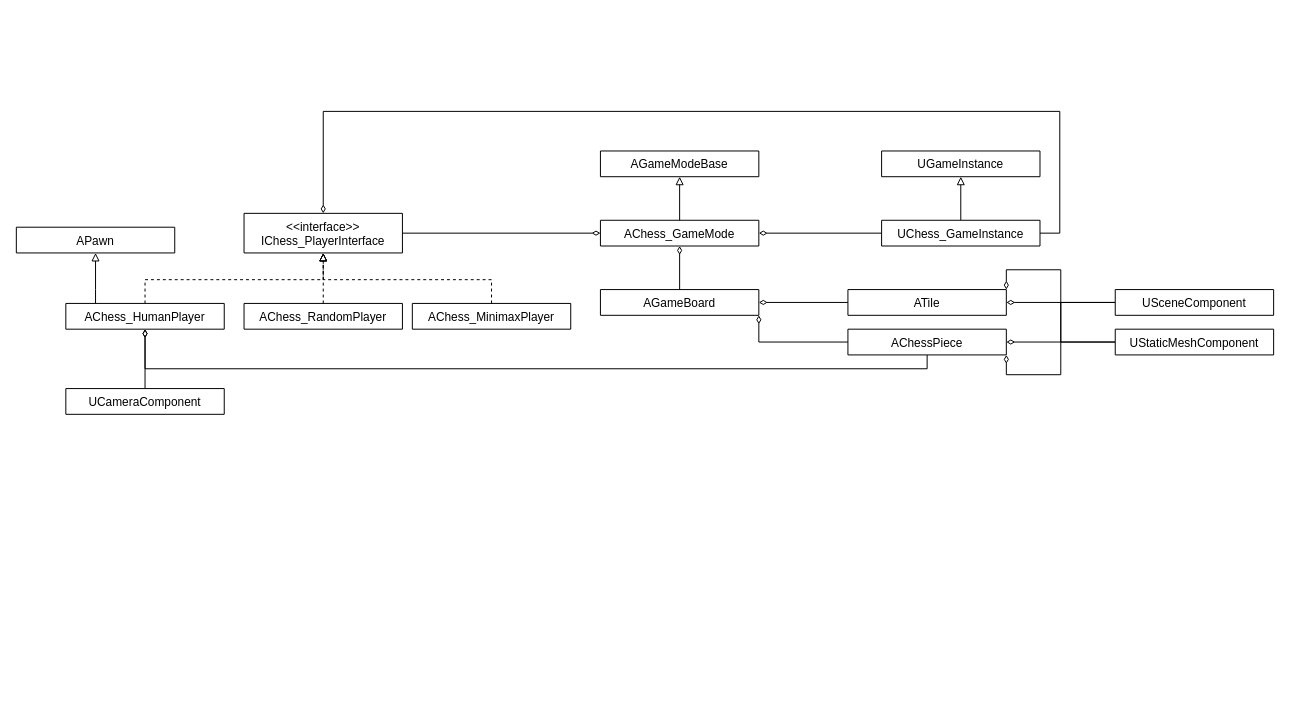
Before: uml.drawio in matteonaccarato/chess, a draw.io diagram. Source tidied: cells renumbered, new cells numbered last; positions are measured from the earlier drawing's top-left corner, leaving out a move shared by most shapes. Both pictures are drawn from the tidied source at 99%, with x=0, y=0 at pixel (16, 111).
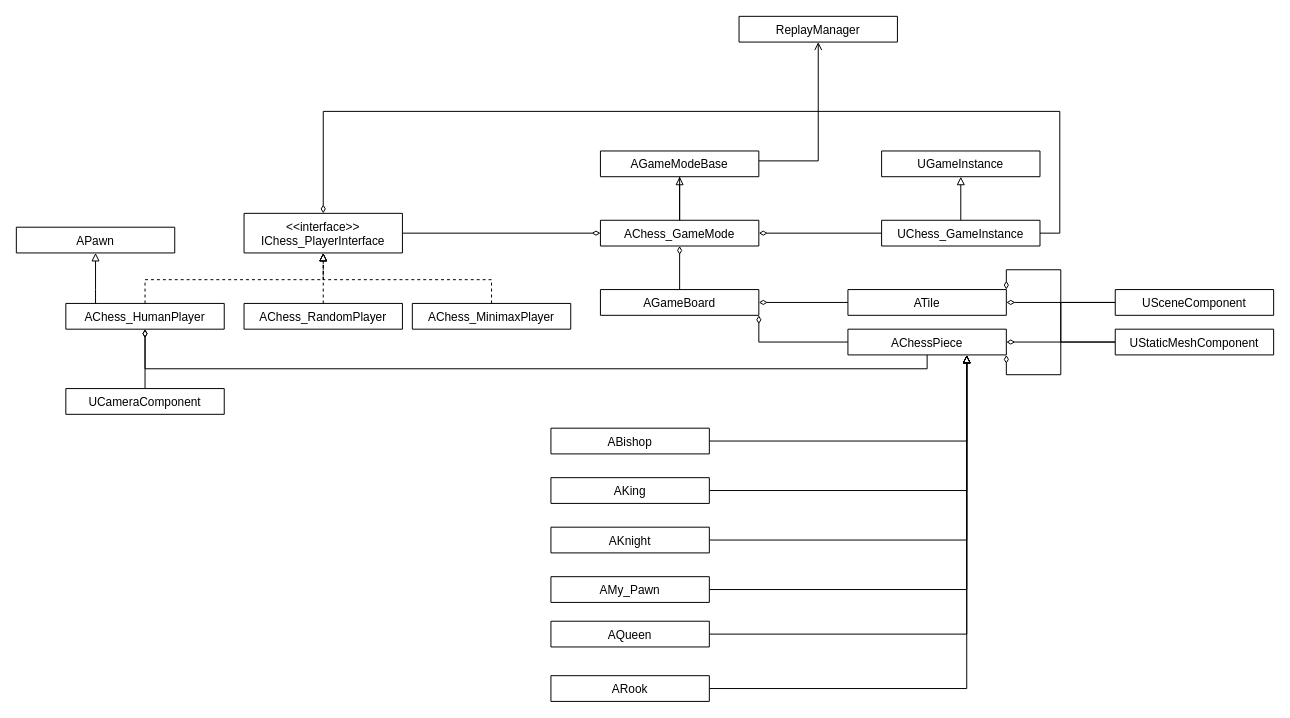
The same page after the edit.

The change refers to these unchanged cells:
```xml
<mxCell id="6" value="AChessPiece" style="swimlane;fontStyle=0;align=center;verticalAlign=top;horizontal=1;startSize=26;rounded=0;shadow=0;strokeWidth=1;" parent="1" vertex="1" collapsed="1">
  <mxGeometry x="840" y="220" width="160" height="26" as="geometry" />
</mxCell>
<mxCell id="10" value="AChess_GameMode" style="swimlane;fontStyle=0;align=center;verticalAlign=top;horizontal=1;startSize=26;rounded=0;shadow=0;strokeWidth=1;" parent="1" vertex="1" collapsed="1">
  <mxGeometry x="590" y="110" width="160" height="26" as="geometry" />
</mxCell>
```

What changed in the source:
```diff
@@
+    <mxCell id="35" style="edgeStyle=orthogonalEdgeStyle;rounded=0;jettySize=auto;html=1;entryX=0.5;entryY=1;entryDx=0;entryDy=0;endArrow=open;endFill=0;" parent="1" edge="1" source="10" target="36">
+      <mxGeometry relative="1" as="geometry">
+        <Array as="points">
+          <mxPoint x="670" y="50" />
+          <mxPoint x="810" y="50" />
+        </Array>
+      </mxGeometry>
+    </mxCell>
@@
+    <mxCell id="36" value="ReplayManager" style="swimlane;fontStyle=0;align=center;verticalAlign=top;horizontal=1;startSize=26;rounded=0;shadow=0;strokeWidth=1;" parent="1" vertex="1" collapsed="1">
+      <mxGeometry x="730" y="-96" width="160" height="26" as="geometry" />
+    </mxCell>
+    <mxCell id="37" style="edgeStyle=orthogonalEdgeStyle;rounded=0;jettySize=auto;html=1;entryX=0.75;entryY=1;entryDx=0;entryDy=0;endArrow=block;endFill=0;" parent="1" edge="1" source="38" target="6">
+      <mxGeometry relative="1" as="geometry" />
+    </mxCell>
+    <mxCell id="38" value="ABishop" style="swimlane;fontStyle=0;align=center;verticalAlign=top;horizontal=1;startSize=26;rounded=0;shadow=0;strokeWidth=1;" parent="1" vertex="1" collapsed="1">
+      <mxGeometry x="540" y="320" width="160" height="26" as="geometry" />
+    </mxCell>
+    <mxCell id="39" style="edgeStyle=orthogonalEdgeStyle;rounded=0;jettySize=auto;html=1;endArrow=block;endFill=0;" parent="1" edge="1" source="40" target="6">
+      <mxGeometry relative="1" as="geometry">
+        <Array as="points">
+          <mxPoint x="960" y="383" />
+        </Array>
+      </mxGeometry>
+    </mxCell>
+    <mxCell id="40" value="AKing" style="swimlane;fontStyle=0;align=center;verticalAlign=top;horizontal=1;startSize=26;rounded=0;shadow=0;strokeWidth=1;" parent="1" vertex="1" collapsed="1">
+      <mxGeometry x="540" y="370" width="160" height="26" as="geometry" />
+    </mxCell>
+    <mxCell id="41" style="edgeStyle=orthogonalEdgeStyle;rounded=0;jettySize=auto;html=1;endArrow=block;endFill=0;" parent="1" edge="1" source="42" target="6">
+      <mxGeometry relative="1" as="geometry">
+        <Array as="points">
+          <mxPoint x="960" y="433" />
+        </Array>
+      </mxGeometry>
+    </mxCell>
+    <mxCell id="42" value="AKnight" style="swimlane;fontStyle=0;align=center;verticalAlign=top;horizontal=1;startSize=26;rounded=0;shadow=0;strokeWidth=1;" parent="1" vertex="1" collapsed="1">
+      <mxGeometry x="540" y="420" width="160" height="26" as="geometry" />
+    </mxCell>
+    <mxCell id="43" style="edgeStyle=orthogonalEdgeStyle;rounded=0;jettySize=auto;html=1;endArrow=block;endFill=0;" parent="1" edge="1" source="44" target="6">
+      <mxGeometry relative="1" as="geometry">
+        <Array as="points">
+          <mxPoint x="960" y="483" />
+        </Array>
+      </mxGeometry>
+    </mxCell>
+    <mxCell id="44" value="AMy_Pawn" style="swimlane;fontStyle=0;align=center;verticalAlign=top;horizontal=1;startSize=26;rounded=0;shadow=0;strokeWidth=1;" parent="1" vertex="1" collapsed="1">
+      <mxGeometry x="540" y="470" width="160" height="26" as="geometry" />
+    </mxCell>
+    <mxCell id="45" style="edgeStyle=orthogonalEdgeStyle;rounded=0;jettySize=auto;html=1;endArrow=block;endFill=0;" parent="1" edge="1" source="46" target="6">
+      <mxGeometry relative="1" as="geometry">
+        <Array as="points">
+          <mxPoint x="960" y="528" />
+        </Array>
+      </mxGeometry>
+    </mxCell>
+    <mxCell id="46" value="AQueen" style="swimlane;fontStyle=0;align=center;verticalAlign=top;horizontal=1;startSize=26;rounded=0;shadow=0;strokeWidth=1;" parent="1" vertex="1" collapsed="1">
+      <mxGeometry x="540" y="515" width="160" height="26" as="geometry" />
+    </mxCell>
+    <mxCell id="47" style="edgeStyle=orthogonalEdgeStyle;rounded=0;jettySize=auto;html=1;endArrow=block;endFill=0;" parent="1" edge="1" source="48" target="6">
+      <mxGeometry relative="1" as="geometry">
+        <Array as="points">
+          <mxPoint x="960" y="583" />
+        </Array>
+      </mxGeometry>
+    </mxCell>
+    <mxCell id="48" value="ARook" style="swimlane;fontStyle=0;align=center;verticalAlign=top;horizontal=1;startSize=26;rounded=0;shadow=0;strokeWidth=1;" parent="1" vertex="1" collapsed="1">
+      <mxGeometry x="540" y="570" width="160" height="26" as="geometry" />
+    </mxCell>
```
